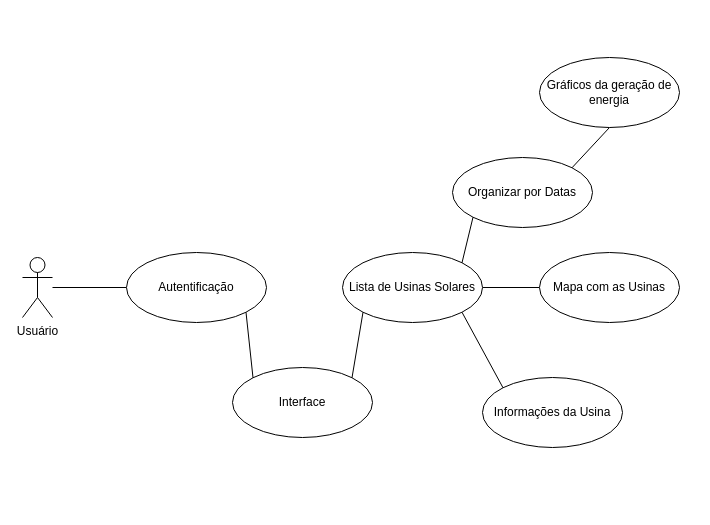
Earlier version of the draw.io diagram Casos_de_Uso.drawio (Joshua731/PROI6). Source tidied: cells renumbered, new cells numbered last; positions are measured from the earlier drawing's top-left corner, leaving out a move shared by most shapes. Both pictures are drawn from the tidied source at 100%, with x=0, y=0 at pixel (22, 57).
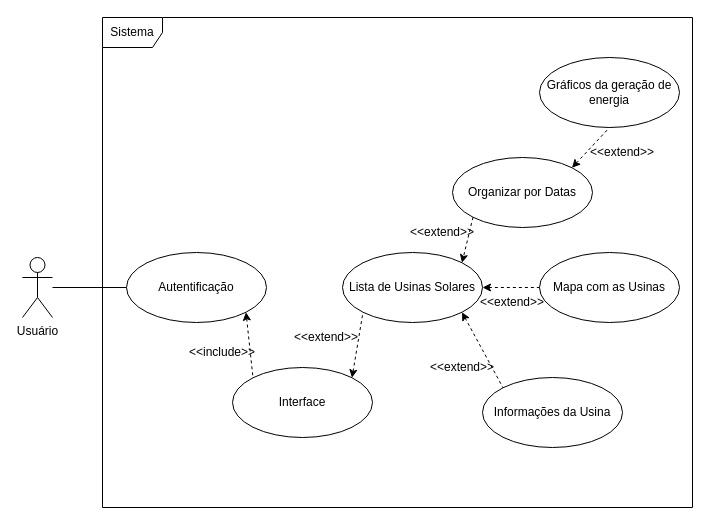
The same diagram, later.

Unchanged cells that the change refers to:
```xml
<mxCell id="5" value="Autentificação" style="ellipse;whiteSpace=wrap;html=1;" parent="1" vertex="1">
  <mxGeometry x="104" y="195" width="140" height="70" as="geometry" />
</mxCell>
<mxCell id="7" value="Interface" style="ellipse;whiteSpace=wrap;html=1;" parent="1" vertex="1">
  <mxGeometry x="210" y="310" width="140" height="70" as="geometry" />
</mxCell>
<mxCell id="10" value="Lista de Usinas Solares" style="ellipse;whiteSpace=wrap;html=1;" parent="1" vertex="1">
  <mxGeometry x="320" y="195" width="140" height="70" as="geometry" />
</mxCell>
<mxCell id="11" value="Informações da Usina" style="ellipse;whiteSpace=wrap;html=1;" parent="1" vertex="1">
  <mxGeometry x="460" y="320" width="140" height="70" as="geometry" />
</mxCell>
<mxCell id="14" value="Organizar por Datas" style="ellipse;whiteSpace=wrap;html=1;" parent="1" vertex="1">
  <mxGeometry x="430" y="100" width="140" height="70" as="geometry" />
</mxCell>
<mxCell id="15" value="Gráficos da geração de energia" style="ellipse;whiteSpace=wrap;html=1;" parent="1" vertex="1">
  <mxGeometry x="517" width="140" height="70" as="geometry" />
</mxCell>
<mxCell id="16" value="Mapa com as Usinas" style="ellipse;whiteSpace=wrap;html=1;" parent="1" vertex="1">
  <mxGeometry x="517" y="195" width="140" height="70" as="geometry" />
</mxCell>
```

The edit, as a diff of the source:
```diff
@@
-    <mxCell id="4" style="rounded=0;jettySize=auto;html=1;exitX=1;exitY=1;exitDx=0;exitDy=0;entryX=0;entryY=0;entryDx=0;entryDy=0;endArrow=none;endFill=0;" parent="1" edge="1" source="5" target="7">
+    <mxCell id="4" style="rounded=0;jettySize=auto;exitX=1;exitY=1;exitDx=0;exitDy=0;entryX=0;entryY=0;entryDx=0;entryDy=0;endArrow=none;endFill=0;dashed=1;startArrow=classic;startFill=1;html=1;" parent="1" edge="1" source="5" target="7">
       <mxGeometry relative="1" as="geometry" />
     </mxCell>
@@
-    <mxCell id="6" style="rounded=0;jettySize=auto;html=1;exitX=1;exitY=0;exitDx=0;exitDy=0;entryX=0;entryY=1;entryDx=0;entryDy=0;endArrow=none;endFill=0;" parent="1" edge="1" source="7" target="10">
+    <mxCell id="6" style="rounded=0;jettySize=auto;html=1;exitX=1;exitY=0;exitDx=0;exitDy=0;entryX=0;entryY=1;entryDx=0;entryDy=0;endArrow=none;endFill=0;dashed=1;startArrow=classic;startFill=1;" parent="1" edge="1" source="7" target="10">
       <mxGeometry relative="1" as="geometry" />
     </mxCell>
@@
-    <mxCell id="8" style="edgeStyle=orthogonalEdgeStyle;rounded=0;jettySize=auto;html=1;exitX=1;exitY=0.5;exitDx=0;exitDy=0;entryX=0;entryY=0.5;entryDx=0;entryDy=0;endArrow=none;endFill=0;" parent="1" edge="1" source="10" target="16">
+    <mxCell id="8" style="edgeStyle=orthogonalEdgeStyle;rounded=0;jettySize=auto;html=1;exitX=1;exitY=0.5;exitDx=0;exitDy=0;entryX=0;entryY=0.5;entryDx=0;entryDy=0;endArrow=none;endFill=0;dashed=1;startArrow=classic;startFill=1;" parent="1" edge="1" source="10" target="16">
       <mxGeometry relative="1" as="geometry" />
     </mxCell>
-    <mxCell id="9" style="rounded=0;jettySize=auto;html=1;exitX=1;exitY=1;exitDx=0;exitDy=0;entryX=0;entryY=0;entryDx=0;entryDy=0;endArrow=none;endFill=0;" parent="1" edge="1" source="10" target="11">
+    <mxCell id="9" style="rounded=0;jettySize=auto;html=1;exitX=1;exitY=1;exitDx=0;exitDy=0;entryX=0;entryY=0;entryDx=0;entryDy=0;endArrow=none;endFill=0;dashed=1;startArrow=classic;startFill=1;" parent="1" edge="1" source="10" target="11">
       <mxGeometry relative="1" as="geometry" />
     </mxCell>
@@
-    <mxCell id="12" style="rounded=0;jettySize=auto;html=1;exitX=0;exitY=1;exitDx=0;exitDy=0;entryX=1;entryY=0;entryDx=0;entryDy=0;endArrow=none;endFill=0;" parent="1" edge="1" source="14" target="10">
+    <mxCell id="12" style="rounded=0;jettySize=auto;html=1;exitX=0;exitY=1;exitDx=0;exitDy=0;entryX=1;entryY=0;entryDx=0;entryDy=0;endArrow=classic;endFill=1;dashed=1;startArrow=none;startFill=0;" parent="1" edge="1" source="14" target="10">
       <mxGeometry relative="1" as="geometry" />
     </mxCell>
-    <mxCell id="13" style="rounded=0;jettySize=auto;html=1;exitX=1;exitY=0;exitDx=0;exitDy=0;entryX=0.5;entryY=1;entryDx=0;entryDy=0;endArrow=none;endFill=0;" parent="1" edge="1" source="14" target="15">
+    <mxCell id="13" style="rounded=0;jettySize=auto;html=1;exitX=1;exitY=0;exitDx=0;exitDy=0;entryX=0.5;entryY=1;entryDx=0;entryDy=0;endArrow=none;endFill=0;dashed=1;startArrow=classic;startFill=1;" parent="1" edge="1" source="14" target="15">
       <mxGeometry relative="1" as="geometry" />
     </mxCell>
@@
+    <mxCell id="17" value="Sistema" style="shape=umlFrame;whiteSpace=wrap;html=1;" parent="1" vertex="1">
+      <mxGeometry x="80" y="-40" width="590" height="490" as="geometry" />
+    </mxCell>
+    <mxCell id="18" value="&amp;lt;&amp;lt;include&amp;gt;&amp;gt;" style="text;html=1;strokeColor=none;fillColor=none;align=center;verticalAlign=middle;whiteSpace=wrap;rounded=0;" parent="1" vertex="1">
+      <mxGeometry x="170" y="280" width="60" height="30" as="geometry" />
+    </mxCell>
+    <mxCell id="19" value="&amp;lt;&amp;lt;extend&amp;gt;&amp;gt;" style="text;html=1;strokeColor=none;fillColor=none;align=center;verticalAlign=middle;whiteSpace=wrap;rounded=0;" parent="1" vertex="1">
+      <mxGeometry x="274" y="265" width="60" height="30" as="geometry" />
+    </mxCell>
+    <mxCell id="20" value="&amp;lt;&amp;lt;extend&amp;gt;&amp;gt;" style="text;html=1;strokeColor=none;fillColor=none;align=center;verticalAlign=middle;whiteSpace=wrap;rounded=0;" parent="1" vertex="1">
+      <mxGeometry x="410" y="295" width="60" height="30" as="geometry" />
+    </mxCell>
+    <mxCell id="21" value="&amp;lt;&amp;lt;extend&amp;gt;&amp;gt;" style="text;html=1;strokeColor=none;fillColor=none;align=center;verticalAlign=middle;whiteSpace=wrap;rounded=0;" parent="1" vertex="1">
+      <mxGeometry x="460" y="230" width="60" height="30" as="geometry" />
+    </mxCell>
+    <mxCell id="22" value="&amp;lt;&amp;lt;extend&amp;gt;&amp;gt;" style="text;html=1;strokeColor=none;fillColor=none;align=center;verticalAlign=middle;whiteSpace=wrap;rounded=0;" parent="1" vertex="1">
+      <mxGeometry x="390" y="160" width="60" height="30" as="geometry" />
+    </mxCell>
+    <mxCell id="23" value="&amp;lt;&amp;lt;extend&amp;gt;&amp;gt;" style="text;html=1;strokeColor=none;fillColor=none;align=center;verticalAlign=middle;whiteSpace=wrap;rounded=0;" parent="1" vertex="1">
+      <mxGeometry x="570" y="80" width="60" height="30" as="geometry" />
+    </mxCell>
```
